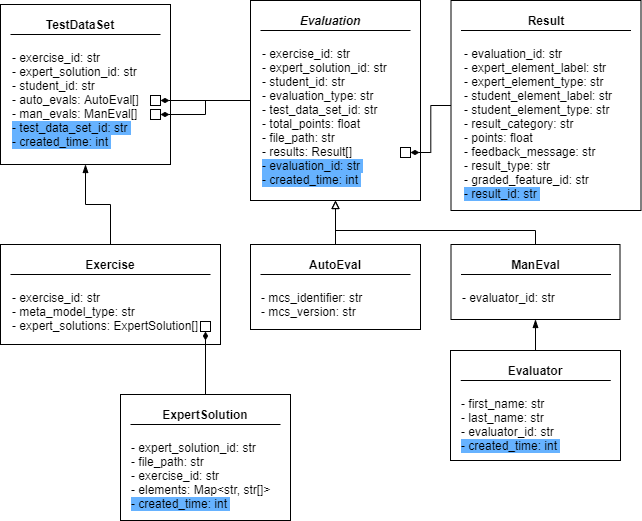
Above: doc/images/graphics/EntitiesBackend.png in PDT42/bachelor-quality-testing-inloom (draw.io), before the change. Source tidied: cells renumbered, new cells last; positions are measured from the earlier drawing's top-left corner, leaving out a move shared by most shapes. The source it was exported from:
```xml
<mxGraphModel>
  <root>
    <mxCell id="0" />
    <mxCell id="1" parent="0" />
    <mxCell id="2" style="rounded=0;whiteSpace=wrap;html=1;align=left;" parent="1" vertex="1">
      <mxGeometry y="4" width="170" height="160" as="geometry" />
    </mxCell>
    <mxCell id="3" value="&lt;b&gt;TestDataSet&lt;/b&gt;" style="text;html=1;strokeColor=none;fillColor=none;align=center;verticalAlign=middle;whiteSpace=wrap;rounded=0;" parent="1" vertex="1">
      <mxGeometry y="14" width="160" height="20" as="geometry" />
    </mxCell>
    <mxCell id="4" style="endArrow=none;html=1;entryX=1;entryY=1;entryDx=0;entryDy=0;" parent="1" edge="1" target="3">
      <mxGeometry relative="1" as="geometry">
        <mxPoint x="10" y="34" as="sourcePoint" />
      </mxGeometry>
    </mxCell>
    <mxCell id="5" value="- exercise_id: str&lt;br&gt;- expert_solution_id: str&lt;br&gt;- student_id: str&lt;br&gt;- auto_evals: AutoEval[]&lt;br&gt;- man_evals: ManEval[]&lt;br&gt;&lt;span style=&quot;background-color: rgb(102 , 178 , 255)&quot;&gt;- test_data_set_id: str&amp;nbsp;&lt;/span&gt;&lt;br&gt;&lt;span style=&quot;background-color: rgb(102 , 178 , 255)&quot;&gt;- created_time: int&amp;nbsp;&lt;/span&gt;" style="text;html=1;strokeColor=none;fillColor=none;align=left;verticalAlign=top;whiteSpace=wrap;rounded=0;" parent="1" vertex="1">
      <mxGeometry x="10" y="44" width="150" height="120" as="geometry" />
    </mxCell>
    <mxCell id="6" style="rounded=0;whiteSpace=wrap;html=1;" parent="1" vertex="1">
      <mxGeometry x="150" y="95" width="10" height="10" as="geometry" />
    </mxCell>
    <mxCell id="7" style="rounded=0;whiteSpace=wrap;html=1;" parent="1" vertex="1">
      <mxGeometry x="150" y="109" width="10" height="10" as="geometry" />
    </mxCell>
    <mxCell id="8" style="edgeStyle=orthogonalEdgeStyle;rounded=0;jettySize=auto;html=1;exitX=0.5;exitY=0;exitDx=0;exitDy=0;entryX=0.5;entryY=1;entryDx=0;entryDy=0;endArrow=blockThin;endFill=1;" parent="1" edge="1" source="9" target="5">
      <mxGeometry relative="1" as="geometry" />
    </mxCell>
    <mxCell id="9" style="rounded=0;whiteSpace=wrap;html=1;" parent="1" vertex="1">
      <mxGeometry y="244" width="220" height="100" as="geometry" />
    </mxCell>
    <mxCell id="10" value="&lt;b&gt;Exercise&lt;/b&gt;" style="text;html=1;strokeColor=none;fillColor=none;align=center;verticalAlign=middle;whiteSpace=wrap;rounded=0;dashed=1;" parent="1" vertex="1">
      <mxGeometry x="10" y="254" width="200" height="20" as="geometry" />
    </mxCell>
    <mxCell id="11" style="endArrow=none;html=1;entryX=1;entryY=1;entryDx=0;entryDy=0;exitX=0;exitY=1;exitDx=0;exitDy=0;" parent="1" edge="1" source="10" target="10">
      <mxGeometry relative="1" as="geometry" />
    </mxCell>
    <mxCell id="12" value="- exercise_id: str&lt;br&gt;- meta_model_type: str&lt;br&gt;- expert_solutions: ExpertSolution[]" style="text;html=1;strokeColor=none;fillColor=none;align=left;verticalAlign=top;whiteSpace=wrap;rounded=0;dashed=1;" parent="1" vertex="1">
      <mxGeometry x="10" y="284" width="200" height="60" as="geometry" />
    </mxCell>
    <mxCell id="13" style="edgeStyle=orthogonalEdgeStyle;rounded=0;jettySize=auto;html=1;entryX=0.5;entryY=1;entryDx=0;entryDy=0;endArrow=blockThin;endFill=1;" parent="1" edge="1" source="14" target="31">
      <mxGeometry relative="1" as="geometry" />
    </mxCell>
    <mxCell id="14" style="rounded=0;whiteSpace=wrap;html=1;fontStyle=1;" parent="1" vertex="1">
      <mxGeometry x="450" y="350" width="170" height="110" as="geometry" />
    </mxCell>
    <mxCell id="15" value="&lt;span&gt;&lt;b&gt;Evaluator&lt;/b&gt;&lt;/span&gt;" style="text;html=1;strokeColor=none;fillColor=none;align=center;verticalAlign=middle;whiteSpace=wrap;rounded=0;dashed=1;fontStyle=0;" parent="1" vertex="1">
      <mxGeometry x="460.2" y="360" width="150" height="20" as="geometry" />
    </mxCell>
    <mxCell id="16" style="endArrow=none;html=1;entryX=1;entryY=1;entryDx=0;entryDy=0;fontStyle=1;" parent="1" edge="1" target="15">
      <mxGeometry relative="1" as="geometry">
        <mxPoint x="460.2" y="380" as="sourcePoint" />
      </mxGeometry>
    </mxCell>
    <mxCell id="17" value="&lt;span style=&quot;font-weight: normal&quot;&gt;- first_name: str&lt;br&gt;- last_name: str&lt;br&gt;- evaluator_id: str&lt;br&gt;&lt;span style=&quot;background-color: rgb(102 , 178 , 255)&quot;&gt;- created_time: int&amp;nbsp;&lt;/span&gt;&lt;/span&gt;" style="text;html=1;strokeColor=none;fillColor=none;align=left;verticalAlign=top;whiteSpace=wrap;rounded=0;dashed=1;fontStyle=1;" parent="1" vertex="1">
      <mxGeometry x="459.2" y="390" width="150" height="70" as="geometry" />
    </mxCell>
    <mxCell id="18" style="edgeStyle=orthogonalEdgeStyle;rounded=0;jettySize=auto;html=1;entryX=1;entryY=0.5;entryDx=0;entryDy=0;endArrow=diamondThin;endFill=1;" parent="1" edge="1" source="20" target="6">
      <mxGeometry relative="1" as="geometry" />
    </mxCell>
    <mxCell id="19" style="edgeStyle=orthogonalEdgeStyle;rounded=0;jettySize=auto;html=1;exitX=0;exitY=0.5;exitDx=0;exitDy=0;entryX=1;entryY=0.5;entryDx=0;entryDy=0;endArrow=diamondThin;endFill=1;" parent="1" edge="1" source="20" target="7">
      <mxGeometry relative="1" as="geometry" />
    </mxCell>
    <mxCell id="20" style="rounded=0;whiteSpace=wrap;html=1;align=left;" parent="1" vertex="1">
      <mxGeometry x="250" width="170" height="200" as="geometry" />
    </mxCell>
    <mxCell id="21" value="&lt;i&gt;&lt;b&gt;Evaluation&lt;/b&gt;&lt;/i&gt;" style="text;html=1;strokeColor=none;fillColor=none;align=center;verticalAlign=middle;whiteSpace=wrap;rounded=0;" parent="1" vertex="1">
      <mxGeometry x="250" y="10" width="160" height="20" as="geometry" />
    </mxCell>
    <mxCell id="22" style="endArrow=none;html=1;entryX=1;entryY=1;entryDx=0;entryDy=0;" parent="1" edge="1" target="21">
      <mxGeometry relative="1" as="geometry">
        <mxPoint x="260" y="30" as="sourcePoint" />
      </mxGeometry>
    </mxCell>
    <mxCell id="23" value="- exercise_id: str&lt;br&gt;- expert_solution_id: str&lt;br&gt;- student_id: str&lt;br&gt;- evaluation_type: str&lt;br&gt;- test_data_set_id: str&lt;br&gt;- total_points: float&lt;br&gt;- file_path: str&lt;br&gt;- results: Result[]&lt;br&gt;&lt;span style=&quot;background-color: rgb(102 , 178 , 255)&quot;&gt;- evaluation_id: str&amp;nbsp;&lt;br&gt;- created_time: int&amp;nbsp;&lt;/span&gt;" style="text;html=1;strokeColor=none;fillColor=none;align=left;verticalAlign=top;whiteSpace=wrap;rounded=0;" parent="1" vertex="1">
      <mxGeometry x="260" y="40" width="150" height="150" as="geometry" />
    </mxCell>
    <mxCell id="24" style="rounded=0;whiteSpace=wrap;html=1;" parent="1" vertex="1">
      <mxGeometry x="400" y="147" width="10" height="10" as="geometry" />
    </mxCell>
    <mxCell id="25" style="edgeStyle=orthogonalEdgeStyle;rounded=0;jettySize=auto;html=1;entryX=0.5;entryY=1;entryDx=0;entryDy=0;endArrow=block;endFill=0;" parent="1" edge="1" source="26" target="20">
      <mxGeometry relative="1" as="geometry" />
    </mxCell>
    <mxCell id="26" style="rounded=0;whiteSpace=wrap;html=1;" parent="1" vertex="1">
      <mxGeometry x="250" y="244" width="170" height="85" as="geometry" />
    </mxCell>
    <mxCell id="27" value="&lt;b&gt;AutoEval&lt;/b&gt;" style="text;html=1;strokeColor=none;fillColor=none;align=center;verticalAlign=middle;whiteSpace=wrap;rounded=0;dashed=1;" parent="1" vertex="1">
      <mxGeometry x="260" y="254" width="150" height="20" as="geometry" />
    </mxCell>
    <mxCell id="28" style="endArrow=none;html=1;entryX=1;entryY=1;entryDx=0;entryDy=0;" parent="1" edge="1" target="27">
      <mxGeometry relative="1" as="geometry">
        <mxPoint x="260" y="274" as="sourcePoint" />
      </mxGeometry>
    </mxCell>
    <mxCell id="29" value="- mcs_identifier: str&lt;br&gt;- mcs_version: str" style="text;html=1;strokeColor=none;fillColor=none;align=left;verticalAlign=top;whiteSpace=wrap;rounded=0;dashed=1;" parent="1" vertex="1">
      <mxGeometry x="259" y="284" width="150" height="45" as="geometry" />
    </mxCell>
    <mxCell id="30" style="edgeStyle=orthogonalEdgeStyle;rounded=0;jettySize=auto;html=1;entryX=0.5;entryY=1;entryDx=0;entryDy=0;endArrow=block;endFill=0;" parent="1" edge="1" source="31" target="20">
      <mxGeometry relative="1" as="geometry">
        <Array as="points">
          <mxPoint x="535" y="230" />
          <mxPoint x="335" y="230" />
        </Array>
      </mxGeometry>
    </mxCell>
    <mxCell id="31" style="rounded=0;whiteSpace=wrap;html=1;" parent="1" vertex="1">
      <mxGeometry x="450.5" y="244" width="169" height="75" as="geometry" />
    </mxCell>
    <mxCell id="32" value="&lt;b&gt;ManEval&lt;/b&gt;" style="text;html=1;strokeColor=none;fillColor=none;align=center;verticalAlign=middle;whiteSpace=wrap;rounded=0;dashed=1;" parent="1" vertex="1">
      <mxGeometry x="460" y="254" width="150.5" height="20" as="geometry" />
    </mxCell>
    <mxCell id="33" style="endArrow=none;html=1;entryX=1;entryY=1;entryDx=0;entryDy=0;" parent="1" edge="1" target="32">
      <mxGeometry relative="1" as="geometry">
        <mxPoint x="460.5" y="274" as="sourcePoint" />
      </mxGeometry>
    </mxCell>
    <mxCell id="34" value="- evaluator_id: str" style="text;html=1;strokeColor=none;fillColor=none;align=left;verticalAlign=top;whiteSpace=wrap;rounded=0;dashed=1;" parent="1" vertex="1">
      <mxGeometry x="459.5" y="284" width="150" height="25" as="geometry" />
    </mxCell>
    <mxCell id="35" style="edgeStyle=orthogonalEdgeStyle;rounded=0;jettySize=auto;html=1;exitX=0;exitY=0.5;exitDx=0;exitDy=0;entryX=1;entryY=0.5;entryDx=0;entryDy=0;endArrow=diamondThin;endFill=1;" parent="1" edge="1" source="36" target="24">
      <mxGeometry relative="1" as="geometry" />
    </mxCell>
    <mxCell id="36" style="rounded=0;whiteSpace=wrap;html=1;align=left;" parent="1" vertex="1">
      <mxGeometry x="450.5" width="190" height="210" as="geometry" />
    </mxCell>
    <mxCell id="37" value="&lt;b&gt;Result&lt;/b&gt;" style="text;html=1;strokeColor=none;fillColor=none;align=center;verticalAlign=middle;whiteSpace=wrap;rounded=0;" parent="1" vertex="1">
      <mxGeometry x="460.5" y="10" width="170" height="20" as="geometry" />
    </mxCell>
    <mxCell id="38" style="endArrow=none;html=1;entryX=1;entryY=1;entryDx=0;entryDy=0;" parent="1" edge="1" target="37">
      <mxGeometry relative="1" as="geometry">
        <mxPoint x="460.5" y="30" as="sourcePoint" />
      </mxGeometry>
    </mxCell>
    <mxCell id="39" value="- evaluation_id: str&lt;br&gt;- expert_element_label: str&lt;br&gt;- expert_element_type: str&lt;br&gt;- student_element_label: str&lt;br&gt;- student_element_type: str&lt;br&gt;- result_category: str&lt;br&gt;- points: float&lt;br&gt;- feedback_message: str&lt;br&gt;- result_type: str&lt;br&gt;- graded_feature_id: str&lt;br&gt;&lt;span style=&quot;background-color: rgb(102 , 178 , 255)&quot;&gt;- result_id: str&amp;nbsp;&lt;/span&gt;" style="text;html=1;strokeColor=none;fillColor=none;align=left;verticalAlign=top;whiteSpace=wrap;rounded=0;" parent="1" vertex="1">
      <mxGeometry x="461.5" y="40" width="169" height="170" as="geometry" />
    </mxCell>
    <mxCell id="40" style="rounded=0;whiteSpace=wrap;html=1;" parent="1" vertex="1">
      <mxGeometry x="200" y="321" width="10" height="10" as="geometry" />
    </mxCell>
    <mxCell id="41" style="edgeStyle=orthogonalEdgeStyle;rounded=0;jettySize=auto;html=1;exitX=0.5;exitY=0;exitDx=0;exitDy=0;entryX=0.5;entryY=1;entryDx=0;entryDy=0;endArrow=diamondThin;endFill=1;" parent="1" edge="1" source="42" target="40">
      <mxGeometry relative="1" as="geometry" />
    </mxCell>
    <mxCell id="42" style="rounded=0;whiteSpace=wrap;html=1;" parent="1" vertex="1">
      <mxGeometry x="120" y="394" width="170" height="126" as="geometry" />
    </mxCell>
    <mxCell id="43" style="endArrow=none;html=1;entryX=1;entryY=1;entryDx=0;entryDy=0;" parent="1" edge="1">
      <mxGeometry relative="1" as="geometry">
        <mxPoint x="130" y="424" as="sourcePoint" />
        <mxPoint x="280" y="424" as="targetPoint" />
      </mxGeometry>
    </mxCell>
    <mxCell id="44" value="- expert_solution_id: str&lt;br&gt;- file_path: str&lt;br&gt;- exercise_id: str&lt;br&gt;- elements: Map&amp;lt;str, str[]&amp;gt;&lt;br&gt;&lt;span style=&quot;background-color: rgb(102 , 178 , 255)&quot;&gt;- created_time: int&amp;nbsp;&lt;/span&gt;" style="text;html=1;strokeColor=none;fillColor=none;align=left;verticalAlign=top;whiteSpace=wrap;rounded=0;dashed=1;" parent="1" vertex="1">
      <mxGeometry x="129" y="434" width="150" height="86" as="geometry" />
    </mxCell>
    <mxCell id="45" value="&lt;b&gt;ExpertSolution&lt;/b&gt;" style="text;html=1;strokeColor=none;fillColor=none;align=center;verticalAlign=middle;whiteSpace=wrap;rounded=0;" parent="1" vertex="1">
      <mxGeometry x="130" y="404" width="150" height="20" as="geometry" />
    </mxCell>
  </root>
</mxGraphModel>
```
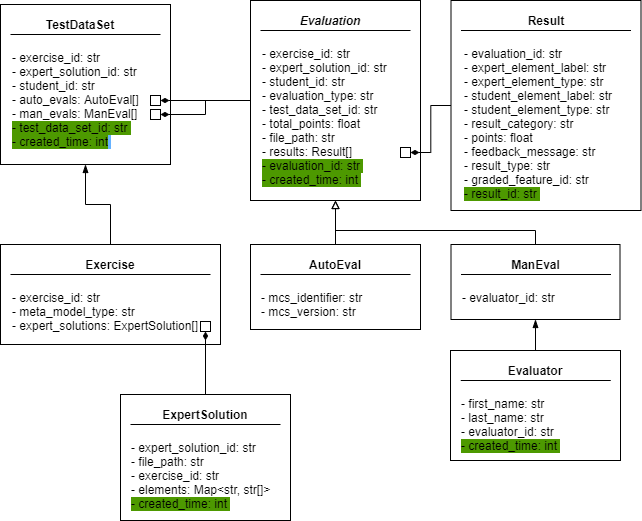
The same file after the commit.

Change to the diagram source:
```diff
@@ -13,7 +13,7 @@
         <mxPoint x="10" y="34" as="sourcePoint" />
       </mxGeometry>
     </mxCell>
-    <mxCell id="5" value="- exercise_id: str&lt;br&gt;- expert_solution_id: str&lt;br&gt;- student_id: str&lt;br&gt;- auto_evals: AutoEval[]&lt;br&gt;- man_evals: ManEval[]&lt;br&gt;&lt;span style=&quot;background-color: rgb(102 , 178 , 255)&quot;&gt;- test_data_set_id: str&amp;nbsp;&lt;/span&gt;&lt;br&gt;&lt;span style=&quot;background-color: rgb(102 , 178 , 255)&quot;&gt;- created_time: int&amp;nbsp;&lt;/span&gt;" style="text;html=1;strokeColor=none;fillColor=none;align=left;verticalAlign=top;whiteSpace=wrap;rounded=0;" parent="1" vertex="1">
+    <mxCell id="5" value="- exercise_id: str&lt;br&gt;- expert_solution_id: str&lt;br&gt;- student_id: str&lt;br&gt;- auto_evals: AutoEval[]&lt;br&gt;- man_evals: ManEval[]&lt;br&gt;&lt;span style=&quot;background-color: rgb(77 , 153 , 0)&quot;&gt;- test_data_set_id: str&amp;nbsp;&lt;br&gt;- created_time: int&lt;/span&gt;&lt;span style=&quot;background-color: rgb(102 , 178 , 255)&quot;&gt;&amp;nbsp;&lt;/span&gt;" style="text;html=1;strokeColor=none;fillColor=none;align=left;verticalAlign=top;whiteSpace=wrap;rounded=0;" parent="1" vertex="1">
       <mxGeometry x="10" y="44" width="150" height="120" as="geometry" />
     </mxCell>
     <mxCell id="6" style="rounded=0;whiteSpace=wrap;html=1;" parent="1" vertex="1">
@@ -51,7 +51,7 @@
         <mxPoint x="460.2" y="380" as="sourcePoint" />
       </mxGeometry>
     </mxCell>
-    <mxCell id="17" value="&lt;span style=&quot;font-weight: normal&quot;&gt;- first_name: str&lt;br&gt;- last_name: str&lt;br&gt;- evaluator_id: str&lt;br&gt;&lt;span style=&quot;background-color: rgb(102 , 178 , 255)&quot;&gt;- created_time: int&amp;nbsp;&lt;/span&gt;&lt;/span&gt;" style="text;html=1;strokeColor=none;fillColor=none;align=left;verticalAlign=top;whiteSpace=wrap;rounded=0;dashed=1;fontStyle=1;" parent="1" vertex="1">
+    <mxCell id="17" value="&lt;span style=&quot;font-weight: normal&quot;&gt;- first_name: str&lt;br&gt;- last_name: str&lt;br&gt;- evaluator_id: str&lt;br&gt;&lt;span style=&quot;background-color: rgb(77 , 153 , 0)&quot;&gt;- created_time: int&amp;nbsp;&lt;/span&gt;&lt;/span&gt;" style="text;html=1;strokeColor=none;fillColor=none;align=left;verticalAlign=top;whiteSpace=wrap;rounded=0;dashed=1;fontStyle=1;" parent="1" vertex="1">
       <mxGeometry x="459.2" y="390" width="150" height="70" as="geometry" />
     </mxCell>
     <mxCell id="18" style="edgeStyle=orthogonalEdgeStyle;rounded=0;jettySize=auto;html=1;entryX=1;entryY=0.5;entryDx=0;entryDy=0;endArrow=diamondThin;endFill=1;" parent="1" edge="1" source="20" target="6">
@@ -71,7 +71,7 @@
         <mxPoint x="260" y="30" as="sourcePoint" />
       </mxGeometry>
     </mxCell>
-    <mxCell id="23" value="- exercise_id: str&lt;br&gt;- expert_solution_id: str&lt;br&gt;- student_id: str&lt;br&gt;- evaluation_type: str&lt;br&gt;- test_data_set_id: str&lt;br&gt;- total_points: float&lt;br&gt;- file_path: str&lt;br&gt;- results: Result[]&lt;br&gt;&lt;span style=&quot;background-color: rgb(102 , 178 , 255)&quot;&gt;- evaluation_id: str&amp;nbsp;&lt;br&gt;- created_time: int&amp;nbsp;&lt;/span&gt;" style="text;html=1;strokeColor=none;fillColor=none;align=left;verticalAlign=top;whiteSpace=wrap;rounded=0;" parent="1" vertex="1">
+    <mxCell id="23" value="- exercise_id: str&lt;br&gt;- expert_solution_id: str&lt;br&gt;- student_id: str&lt;br&gt;- evaluation_type: str&lt;br&gt;- test_data_set_id: str&lt;br&gt;- total_points: float&lt;br&gt;- file_path: str&lt;br&gt;- results: Result[]&lt;br&gt;&lt;span style=&quot;background-color: rgb(77 , 153 , 0)&quot;&gt;- evaluation_id: str&amp;nbsp;&lt;br&gt;- created_time: int&amp;nbsp;&lt;/span&gt;" style="text;html=1;strokeColor=none;fillColor=none;align=left;verticalAlign=top;whiteSpace=wrap;rounded=0;" parent="1" vertex="1">
       <mxGeometry x="260" y="40" width="150" height="150" as="geometry" />
     </mxCell>
     <mxCell id="24" style="rounded=0;whiteSpace=wrap;html=1;" parent="1" vertex="1">
@@ -130,7 +130,7 @@
         <mxPoint x="460.5" y="30" as="sourcePoint" />
       </mxGeometry>
     </mxCell>
-    <mxCell id="39" value="- evaluation_id: str&lt;br&gt;- expert_element_label: str&lt;br&gt;- expert_element_type: str&lt;br&gt;- student_element_label: str&lt;br&gt;- student_element_type: str&lt;br&gt;- result_category: str&lt;br&gt;- points: float&lt;br&gt;- feedback_message: str&lt;br&gt;- result_type: str&lt;br&gt;- graded_feature_id: str&lt;br&gt;&lt;span style=&quot;background-color: rgb(102 , 178 , 255)&quot;&gt;- result_id: str&amp;nbsp;&lt;/span&gt;" style="text;html=1;strokeColor=none;fillColor=none;align=left;verticalAlign=top;whiteSpace=wrap;rounded=0;" parent="1" vertex="1">
+    <mxCell id="39" value="- evaluation_id: str&lt;br&gt;- expert_element_label: str&lt;br&gt;- expert_element_type: str&lt;br&gt;- student_element_label: str&lt;br&gt;- student_element_type: str&lt;br&gt;- result_category: str&lt;br&gt;- points: float&lt;br&gt;- feedback_message: str&lt;br&gt;- result_type: str&lt;br&gt;- graded_feature_id: str&lt;br&gt;&lt;span style=&quot;background-color: rgb(77 , 153 , 0)&quot;&gt;- result_id: str&amp;nbsp;&lt;/span&gt;" style="text;html=1;strokeColor=none;fillColor=none;align=left;verticalAlign=top;whiteSpace=wrap;rounded=0;" parent="1" vertex="1">
       <mxGeometry x="461.5" y="40" width="169" height="170" as="geometry" />
     </mxCell>
     <mxCell id="40" style="rounded=0;whiteSpace=wrap;html=1;" parent="1" vertex="1">
@@ -148,7 +148,7 @@
         <mxPoint x="280" y="424" as="targetPoint" />
       </mxGeometry>
     </mxCell>
-    <mxCell id="44" value="- expert_solution_id: str&lt;br&gt;- file_path: str&lt;br&gt;- exercise_id: str&lt;br&gt;- elements: Map&amp;lt;str, str[]&amp;gt;&lt;br&gt;&lt;span style=&quot;background-color: rgb(102 , 178 , 255)&quot;&gt;- created_time: int&amp;nbsp;&lt;/span&gt;" style="text;html=1;strokeColor=none;fillColor=none;align=left;verticalAlign=top;whiteSpace=wrap;rounded=0;dashed=1;" parent="1" vertex="1">
+    <mxCell id="44" value="- expert_solution_id: str&lt;br&gt;- file_path: str&lt;br&gt;- exercise_id: str&lt;br&gt;- elements: Map&amp;lt;str, str[]&amp;gt;&lt;br&gt;&lt;span style=&quot;background-color: rgb(77 , 153 , 0)&quot;&gt;- created_time: int&amp;nbsp;&lt;/span&gt;" style="text;html=1;strokeColor=none;fillColor=none;align=left;verticalAlign=top;whiteSpace=wrap;rounded=0;dashed=1;" parent="1" vertex="1">
       <mxGeometry x="129" y="434" width="150" height="86" as="geometry" />
     </mxCell>
     <mxCell id="45" value="&lt;b&gt;ExpertSolution&lt;/b&gt;" style="text;html=1;strokeColor=none;fillColor=none;align=center;verticalAlign=middle;whiteSpace=wrap;rounded=0;" parent="1" vertex="1">
```
